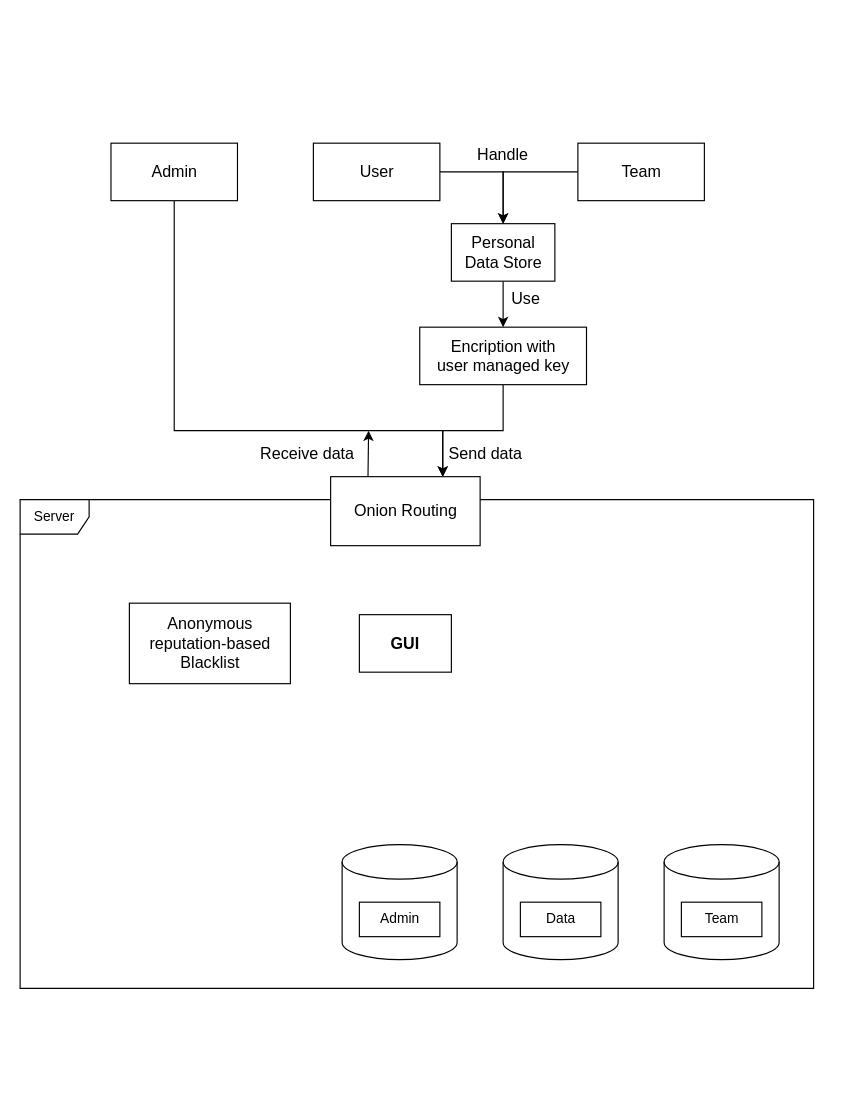
Above: Data Oriented Strategy design.drawio in pegasusgio/Civic-Sense (draw.io), before the change. Source tidied: cells renumbered, new cells numbered last; positions are measured from the earlier drawing's top-left corner, leaving out a move shared by most shapes. Both pictures are drawn from the tidied source at 115%, with x=0, y=0 at pixel (20, 143).
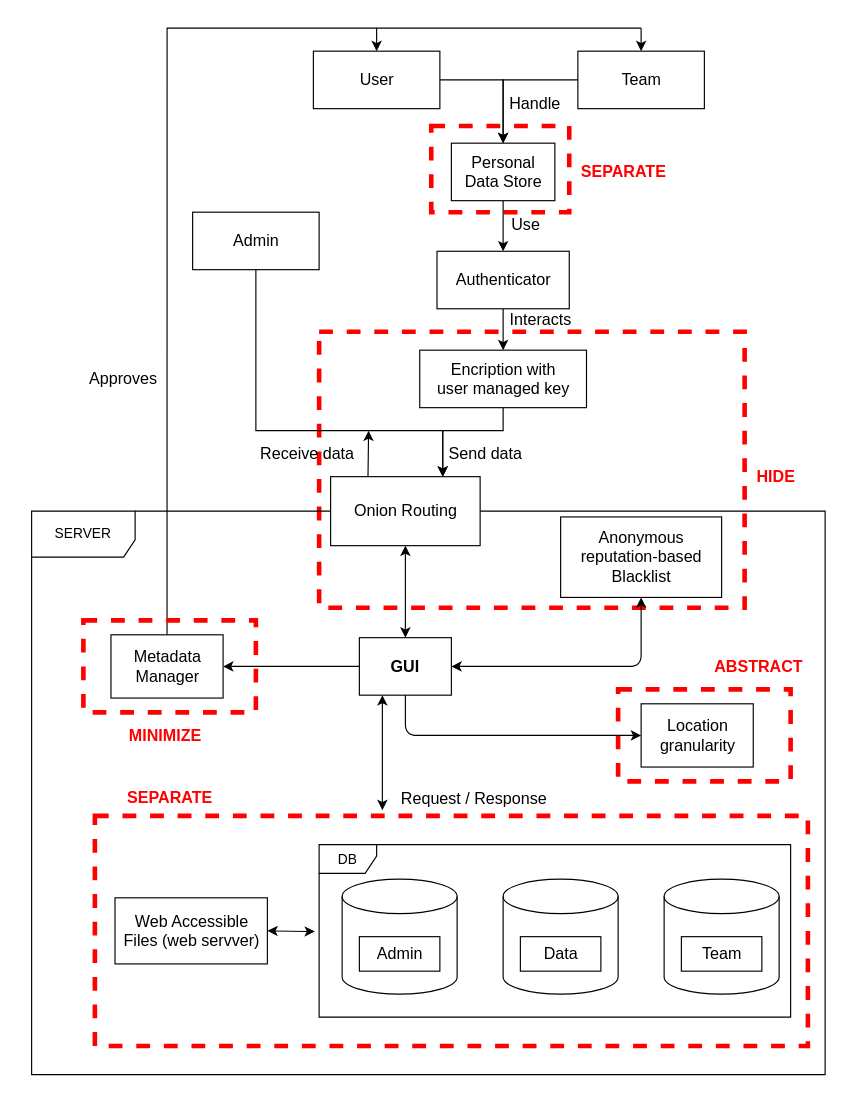
The same diagram, later.

The change refers to these unchanged cells:
```xml
<mxCell id="8" value="&lt;font style=&quot;font-size: 14px&quot;&gt;Onion Routing&lt;/font&gt;" style="html=1;" parent="1" vertex="1">
  <mxGeometry x="270" y="290" width="130" height="60" as="geometry" />
</mxCell>
```

The edit, as a diff of the source:
```diff
@@
+    <mxCell id="27" style="html=1;whiteSpace=wrap;fontSize=12;fontStyle=0;verticalAlign=top;align=center;dashed=1;spacingTop=3;strokeWidth=4;fillColor=none;strokeColor=#FF0000;" parent="1" vertex="1">
+      <mxGeometry x="65" y="585" width="620" height="200" as="geometry" />
+    </mxCell>
+    <mxCell id="28" style="html=1;whiteSpace=wrap;fontSize=12;fontStyle=0;verticalAlign=top;align=center;dashed=1;spacingTop=3;strokeWidth=4;fillColor=none;strokeColor=#FF0000;" parent="1" vertex="1">
+      <mxGeometry x="260" y="164" width="370" height="240" as="geometry" />
+    </mxCell>
+    <mxCell id="29" style="html=1;whiteSpace=wrap;fontSize=12;fontStyle=0;verticalAlign=top;align=center;dashed=1;spacingTop=3;strokeWidth=4;fillColor=none;strokeColor=#FF0000;" parent="1" vertex="1">
+      <mxGeometry x="357.5" y="-15" width="120" height="75" as="geometry" />
+    </mxCell>
-    <mxCell id="2" value="Server" style="shape=umlFrame;whiteSpace=wrap;html=1;" parent="1" vertex="1">
-      <mxGeometry y="310" width="690" height="425" as="geometry" />
+    <mxCell id="2" value="SERVER" style="shape=umlFrame;whiteSpace=wrap;html=1;width=90;height=40;" parent="1" vertex="1">
+      <mxGeometry x="10" y="320" width="690" height="490" as="geometry" />
     </mxCell>
     <mxCell id="3" style="shape=cylinder3;whiteSpace=wrap;html=1;boundedLbl=1;backgroundOutline=1;size=15;" parent="1" vertex="1">
-      <mxGeometry x="280" y="610" width="100" height="100" as="geometry" />
+      <mxGeometry x="280" y="640" width="100" height="100" as="geometry" />
     </mxCell>
-    <mxCell id="4" style="edgeStyle=orthogonalEdgeStyle;rounded=0;jettySize=auto;html=1;exitX=0.5;exitY=1;exitDx=0;exitDy=0;entryX=0.75;entryY=0;entryDx=0;entryDy=0;" parent="1" edge="1" source="5" target="8">
+    <mxCell id="4" style="edgeStyle=orthogonalEdgeStyle;rounded=0;jettySize=auto;html=1;exitX=0.5;exitY=1;exitDx=0;exitDy=0;entryX=0.75;entryY=0;entryDx=0;entryDy=0;startArrow=none;" parent="1" edge="1" source="5" target="8">
       <mxGeometry relative="1" as="geometry">
         <Array as="points">
-          <mxPoint x="420" y="250" />
           <mxPoint x="367" y="250" />
         </Array>
       </mxGeometry>
     </mxCell>
-    <mxCell id="5" value="&lt;font style=&quot;font-size: 14px&quot;&gt;Encription with&lt;br&gt;user managed key&lt;/font&gt;" style="html=1;" parent="1" vertex="1">
-      <mxGeometry x="347.5" y="160" width="145" height="50" as="geometry" />
-    </mxCell>
@@
     <mxCell id="7" value="&lt;font style=&quot;font-size: 14px&quot;&gt;Team&lt;/font&gt;" style="html=1;" parent="1" vertex="1">
-      <mxGeometry x="485" width="110" height="50" as="geometry" />
+      <mxGeometry x="485" y="-80" width="110" height="50" as="geometry" />
     </mxCell>
@@
     <mxCell id="9" style="shape=cylinder3;whiteSpace=wrap;html=1;boundedLbl=1;backgroundOutline=1;size=15;" parent="1" vertex="1">
-      <mxGeometry x="560" y="610" width="100" height="100" as="geometry" />
+      <mxGeometry x="560" y="640" width="100" height="100" as="geometry" />
     </mxCell>
-    <mxCell id="10" value="Admin" style="html=1;" parent="1" vertex="1">
-      <mxGeometry x="295" y="660" width="70" height="30" as="geometry" />
+    <mxCell id="10" value="&lt;font style=&quot;font-size: 14px&quot;&gt;Admin&lt;/font&gt;" style="html=1;" parent="1" vertex="1">
+      <mxGeometry x="295" y="690" width="70" height="30" as="geometry" />
     </mxCell>
     <mxCell id="11" style="shape=cylinder3;whiteSpace=wrap;html=1;boundedLbl=1;backgroundOutline=1;size=15;" parent="1" vertex="1">
-      <mxGeometry x="420" y="610" width="100" height="100" as="geometry" />
+      <mxGeometry x="420" y="640" width="100" height="100" as="geometry" />
     </mxCell>
-    <mxCell id="12" value="Data" style="html=1;" parent="1" vertex="1">
-      <mxGeometry x="435" y="660" width="70" height="30" as="geometry" />
+    <mxCell id="12" value="&lt;font style=&quot;font-size: 14px&quot;&gt;Data&lt;/font&gt;" style="html=1;" parent="1" vertex="1">
+      <mxGeometry x="435" y="690" width="70" height="30" as="geometry" />
     </mxCell>
-    <mxCell id="13" value="Team" style="html=1;" parent="1" vertex="1">
-      <mxGeometry x="575" y="660" width="70" height="30" as="geometry" />
+    <mxCell id="13" value="&lt;font style=&quot;font-size: 14px&quot;&gt;Team&lt;/font&gt;" style="html=1;" parent="1" vertex="1">
+      <mxGeometry x="575" y="690" width="70" height="30" as="geometry" />
     </mxCell>
-    <mxCell id="14" style="edgeStyle=orthogonalEdgeStyle;rounded=0;jettySize=auto;html=1;exitX=0.5;exitY=1;exitDx=0;exitDy=0;entryX=0.5;entryY=0;entryDx=0;entryDy=0;" parent="1" edge="1" source="15" target="5">
-      <mxGeometry relative="1" as="geometry" />
-    </mxCell>
+    <mxCell id="30" style="edgeStyle=orthogonalEdgeStyle;rounded=0;jettySize=auto;html=1;exitX=0.5;exitY=1;exitDx=0;exitDy=0;" parent="1" edge="1" source="15" target="33">
+      <mxGeometry relative="1" as="geometry" />
+    </mxCell>
     <mxCell id="15" value="&lt;font style=&quot;font-size: 14px&quot;&gt;Personal&lt;br&gt;Data Store&lt;/font&gt;" style="html=1;" parent="1" vertex="1">
-      <mxGeometry x="375" y="70" width="90" height="50" as="geometry" />
+      <mxGeometry x="375" width="90" height="50" as="geometry" />
     </mxCell>
     <mxCell id="16" value="&lt;font style=&quot;font-size: 14px&quot;&gt;Handle&lt;/font&gt;" style="text;html=1;strokeColor=none;fillColor=none;align=center;verticalAlign=middle;whiteSpace=wrap;rounded=0;" parent="1" vertex="1">
-      <mxGeometry x="400" width="40" height="20" as="geometry" />
+      <mxGeometry x="428" y="-44" width="40" height="20" as="geometry" />
     </mxCell>
@@
     <mxCell id="18" value="&lt;font style=&quot;font-size: 14px&quot;&gt;Anonymous&lt;br&gt;reputation-based&lt;br&gt;Blacklist&lt;/font&gt;" style="html=1;" parent="1" vertex="1">
-      <mxGeometry x="95" y="400" width="140" height="70" as="geometry" />
+      <mxGeometry x="470" y="325" width="140" height="70" as="geometry" />
     </mxCell>
@@
     <mxCell id="20" value="&lt;font style=&quot;font-size: 14px&quot;&gt;User&lt;/font&gt;" style="html=1;" parent="1" vertex="1">
-      <mxGeometry x="255" width="110" height="50" as="geometry" />
+      <mxGeometry x="255" y="-80" width="110" height="50" as="geometry" />
     </mxCell>
+    <mxCell id="31" style="edgeStyle=orthogonalEdgeStyle;rounded=0;jettySize=auto;html=1;exitX=0;exitY=0.5;exitDx=0;exitDy=0;" parent="1" edge="1" source="21" target="43">
+      <mxGeometry relative="1" as="geometry" />
+    </mxCell>
     <mxCell id="21" value="&lt;font style=&quot;font-size: 14px&quot;&gt;&lt;b&gt;GUI&lt;/b&gt;&lt;/font&gt;" style="rounded=0;whiteSpace=wrap;html=1;" parent="1" vertex="1">
-      <mxGeometry x="295" y="410" width="80" height="50" as="geometry" />
+      <mxGeometry x="295" y="430" width="80" height="50" as="geometry" />
     </mxCell>
     <mxCell id="22" value="&lt;font style=&quot;font-size: 14px&quot;&gt;Use&lt;/font&gt;" style="text;html=1;strokeColor=none;fillColor=none;align=center;verticalAlign=middle;whiteSpace=wrap;rounded=0;" parent="1" vertex="1">
-      <mxGeometry x="420" y="125" width="40" height="20" as="geometry" />
+      <mxGeometry x="420" y="61" width="40" height="20" as="geometry" />
     </mxCell>
     <mxCell id="23" style="edgeStyle=orthogonalEdgeStyle;rounded=0;jettySize=auto;html=1;exitX=0.5;exitY=1;exitDx=0;exitDy=0;entryX=0.75;entryY=0;entryDx=0;entryDy=0;" parent="1" edge="1" source="24" target="8">
       <mxGeometry relative="1" as="geometry">
         <Array as="points">
-          <mxPoint x="134" y="250" />
-          <mxPoint x="367" y="250" />
+          <mxPoint x="205" y="250" />
+          <mxPoint x="368" y="250" />
         </Array>
       </mxGeometry>
     </mxCell>
     <mxCell id="24" value="&lt;font style=&quot;font-size: 14px&quot;&gt;Admin&lt;/font&gt;" style="html=1;" parent="1" vertex="1">
-      <mxGeometry x="79" width="110" height="50" as="geometry" />
+      <mxGeometry x="150" y="60" width="110" height="50" as="geometry" />
     </mxCell>
@@
+    <mxCell id="32" style="edgeStyle=orthogonalEdgeStyle;rounded=0;jettySize=auto;html=1;exitX=0.5;exitY=1;exitDx=0;exitDy=0;" parent="1" edge="1" source="33" target="5">
+      <mxGeometry relative="1" as="geometry" />
+    </mxCell>
+    <mxCell id="33" value="&lt;span style=&quot;font-size: 14px&quot;&gt;Authenticator&lt;/span&gt;" style="html=1;" parent="1" vertex="1">
+      <mxGeometry x="362.5" y="94" width="115" height="50" as="geometry" />
+    </mxCell>
+    <mxCell id="34" value="&lt;font style=&quot;font-size: 14px&quot;&gt;Interacts&lt;/font&gt;" style="text;html=1;strokeColor=none;fillColor=none;align=center;verticalAlign=middle;whiteSpace=wrap;rounded=0;" parent="1" vertex="1">
+      <mxGeometry x="412.5" y="144" width="80" height="20" as="geometry" />
+    </mxCell>
+    <mxCell id="35" value="&lt;font color=&quot;#ff0000&quot; size=&quot;1&quot;&gt;&lt;b style=&quot;font-size: 14px&quot;&gt;HIDE&lt;/b&gt;&lt;/font&gt;" style="text;html=1;strokeColor=none;fillColor=none;align=center;verticalAlign=middle;whiteSpace=wrap;rounded=0;dashed=1;" parent="1" vertex="1">
+      <mxGeometry x="630" y="280" width="55" height="20" as="geometry" />
+    </mxCell>
+    <mxCell id="36" value="&lt;font color=&quot;#ff0000&quot; size=&quot;1&quot;&gt;&lt;b style=&quot;font-size: 14px&quot;&gt;ABSTRACT&lt;/b&gt;&lt;/font&gt;" style="text;html=1;strokeColor=none;fillColor=none;align=center;verticalAlign=middle;whiteSpace=wrap;rounded=0;dashed=1;" parent="1" vertex="1">
+      <mxGeometry x="595" y="445" width="95" height="20" as="geometry" />
+    </mxCell>
+    <mxCell id="37" value="&lt;font color=&quot;#ff0000&quot; size=&quot;1&quot;&gt;&lt;b style=&quot;font-size: 14px&quot;&gt;SEPARATE&lt;/b&gt;&lt;/font&gt;" style="text;html=1;strokeColor=none;fillColor=none;align=center;verticalAlign=middle;whiteSpace=wrap;rounded=0;dashed=1;" parent="1" vertex="1">
+      <mxGeometry x="490" y="15" width="70" height="20" as="geometry" />
+    </mxCell>
+    <mxCell id="5" value="&lt;font style=&quot;font-size: 14px&quot;&gt;Encription with&lt;br&gt;user managed key&lt;/font&gt;" style="html=1;" parent="1" vertex="1">
+      <mxGeometry x="347.5" y="180" width="145" height="50" as="geometry" />
+    </mxCell>
+    <mxCell id="38" style="html=1;whiteSpace=wrap;fontSize=12;fontStyle=0;verticalAlign=top;align=center;dashed=1;spacingTop=3;strokeWidth=4;fillColor=none;strokeColor=#FF0000;" parent="1" vertex="1">
+      <mxGeometry x="520" y="475" width="150" height="80" as="geometry" />
+    </mxCell>
+    <mxCell id="39" value="&lt;span style=&quot;font-size: 14px&quot;&gt;Location&lt;br&gt;granularity&lt;/span&gt;" style="html=1;" parent="1" vertex="1">
+      <mxGeometry x="540" y="487.5" width="97.5" height="55" as="geometry" />
+    </mxCell>
+    <mxCell id="40" style="endArrow=classic;startArrow=classic;html=1;entryX=0.5;entryY=1;entryDx=0;entryDy=0;exitX=0.5;exitY=0;exitDx=0;exitDy=0;" parent="1" edge="1" source="21" target="8">
+      <mxGeometry relative="1" as="geometry" />
+    </mxCell>
+    <mxCell id="41" style="endArrow=classic;startArrow=classic;html=1;entryX=0.5;entryY=1;entryDx=0;entryDy=0;exitX=1;exitY=0.5;exitDx=0;exitDy=0;" parent="1" edge="1" source="21" target="18">
+      <mxGeometry relative="1" as="geometry">
+        <Array as="points">
+          <mxPoint x="540" y="455" />
+        </Array>
+      </mxGeometry>
+    </mxCell>
+    <mxCell id="42" style="edgeStyle=orthogonalEdgeStyle;rounded=0;jettySize=auto;html=1;exitX=0.5;exitY=0;exitDx=0;exitDy=0;entryX=0.5;entryY=0;entryDx=0;entryDy=0;" parent="1" edge="1" source="43" target="20">
+      <mxGeometry relative="1" as="geometry">
+        <Array as="points">
+          <mxPoint x="128" y="-100" />
+          <mxPoint x="310" y="-100" />
+        </Array>
+      </mxGeometry>
+    </mxCell>
+    <mxCell id="43" value="&lt;span style=&quot;font-size: 14px&quot;&gt;Metadata&lt;br&gt;Manager&lt;br&gt;&lt;/span&gt;" style="html=1;" parent="1" vertex="1">
+      <mxGeometry x="79" y="427.5" width="97.5" height="55" as="geometry" />
+    </mxCell>
+    <mxCell id="44" style="endArrow=none;html=1;" parent="1" edge="1">
+      <mxGeometry relative="1" as="geometry">
+        <mxPoint x="540" y="-100" as="sourcePoint" />
+        <mxPoint x="310" y="-100" as="targetPoint" />
+      </mxGeometry>
+    </mxCell>
+    <mxCell id="45" style="endArrow=classic;html=1;entryX=0.5;entryY=0;entryDx=0;entryDy=0;" parent="1" edge="1" target="7">
+      <mxGeometry relative="1" as="geometry">
+        <mxPoint x="540" y="-100" as="sourcePoint" />
+      </mxGeometry>
+    </mxCell>
+    <mxCell id="46" style="html=1;whiteSpace=wrap;fontSize=12;fontStyle=0;verticalAlign=top;align=center;dashed=1;spacingTop=3;strokeWidth=4;fillColor=none;strokeColor=#FF0000;" parent="1" vertex="1">
+      <mxGeometry x="55" y="415" width="150" height="80" as="geometry" />
+    </mxCell>
+    <mxCell id="47" value="&lt;font color=&quot;#ff0000&quot; size=&quot;1&quot;&gt;&lt;b style=&quot;font-size: 14px&quot;&gt;MINIMIZE&lt;/b&gt;&lt;/font&gt;" style="text;html=1;strokeColor=none;fillColor=none;align=center;verticalAlign=middle;whiteSpace=wrap;rounded=0;dashed=1;" parent="1" vertex="1">
+      <mxGeometry x="79" y="505" width="95" height="20" as="geometry" />
+    </mxCell>
+    <mxCell id="48" value="&lt;span style=&quot;font-size: 14px&quot;&gt;Web Accessible&lt;br&gt;Files (web servver)&lt;br&gt;&lt;/span&gt;" style="html=1;" parent="1" vertex="1">
+      <mxGeometry x="82.5" y="656.2" width="132.5" height="57.5" as="geometry" />
+    </mxCell>
+    <mxCell id="49" style="endArrow=classic;html=1;exitX=0.5;exitY=1;exitDx=0;exitDy=0;entryX=0;entryY=0.5;entryDx=0;entryDy=0;" parent="1" edge="1" source="21" target="39">
+      <mxGeometry relative="1" as="geometry">
+        <Array as="points">
+          <mxPoint x="335" y="515" />
+        </Array>
+      </mxGeometry>
+    </mxCell>
+    <mxCell id="50" value="&lt;font color=&quot;#ff0000&quot; size=&quot;1&quot;&gt;&lt;b style=&quot;font-size: 14px&quot;&gt;SEPARATE&lt;/b&gt;&lt;/font&gt;" style="text;html=1;strokeColor=none;fillColor=none;align=center;verticalAlign=middle;whiteSpace=wrap;rounded=0;dashed=1;" parent="1" vertex="1">
+      <mxGeometry x="82.5" y="559" width="95" height="20" as="geometry" />
+    </mxCell>
+    <mxCell id="51" style="edgeStyle=orthogonalEdgeStyle;rounded=0;orthogonalLoop=1;jettySize=auto;html=1;exitX=0.5;exitY=1;exitDx=0;exitDy=0;" parent="1" edge="1" source="21" target="21">
+      <mxGeometry relative="1" as="geometry" />
+    </mxCell>
+    <mxCell id="52" value="&lt;span style=&quot;font-size: 14px&quot;&gt;Request / Response&lt;/span&gt;" style="text;html=1;strokeColor=none;fillColor=none;align=center;verticalAlign=middle;whiteSpace=wrap;rounded=0;" parent="1" vertex="1">
+      <mxGeometry x="320" y="560" width="150" height="20" as="geometry" />
+    </mxCell>
+    <mxCell id="53" value="&lt;font style=&quot;font-size: 14px&quot;&gt;Approves&lt;/font&gt;" style="text;html=1;strokeColor=none;fillColor=none;align=center;verticalAlign=middle;whiteSpace=wrap;rounded=0;" parent="1" vertex="1">
+      <mxGeometry x="50" y="195" width="80" height="20" as="geometry" />
+    </mxCell>
+    <mxCell id="54" style="endArrow=classic;startArrow=classic;html=1;entryX=0.25;entryY=1;entryDx=0;entryDy=0;" parent="1" edge="1" target="21">
+      <mxGeometry relative="1" as="geometry">
+        <mxPoint x="315" y="580" as="sourcePoint" />
+      </mxGeometry>
+    </mxCell>
+    <mxCell id="55" value="DB" style="shape=umlFrame;whiteSpace=wrap;html=1;width=50;height=25;" parent="1" vertex="1">
+      <mxGeometry x="260" y="610" width="410" height="150" as="geometry" />
+    </mxCell>
+    <mxCell id="56" style="endArrow=classic;startArrow=classic;html=1;entryX=1;entryY=0.5;entryDx=0;entryDy=0;exitX=-0.009;exitY=0.504;exitDx=0;exitDy=0;exitPerimeter=0;" parent="1" edge="1" source="55" target="48">
+      <mxGeometry relative="1" as="geometry" />
+    </mxCell>
```
